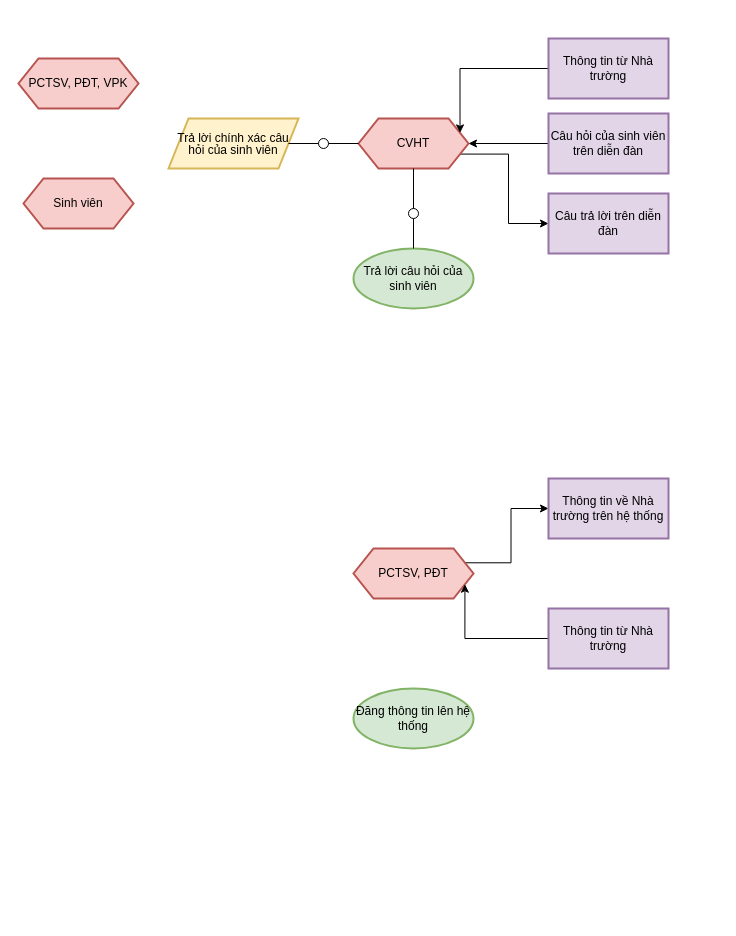
dwcsnh/dsa keeps this draw.io diagram as AgentDiagram.drawio. Above is the earlier version. Source tidied: cells renumbered, new cells numbered last; positions are measured from the earlier drawing's top-left corner, leaving out a move shared by most shapes. Both pictures are drawn from the tidied source at 100%, with x=0, y=0 at pixel (18, 38).
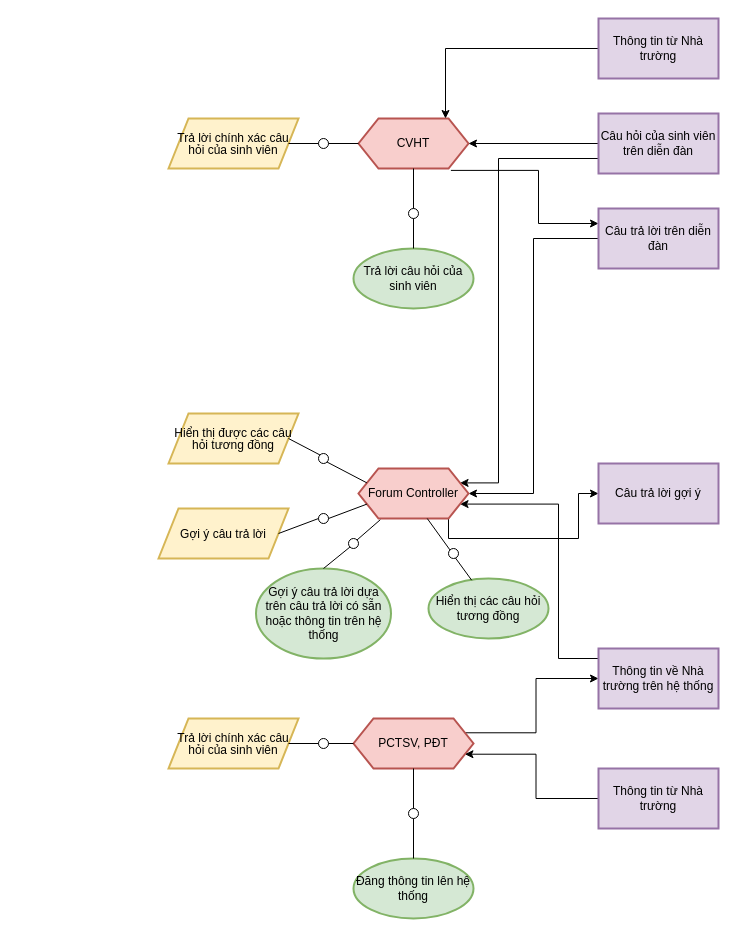
The same page after the edit.

Commit message:
Forum Controller

The change refers to these unchanged cells:
```xml
<mxCell id="4" value="CVHT" style="shape=hexagon;perimeter=hexagonPerimeter2;whiteSpace=wrap;html=1;fixedSize=1;fillColor=#f8cecc;strokeColor=#b85450;strokeWidth=2;" parent="1" vertex="1">
  <mxGeometry x="340" y="80" width="110" height="50" as="geometry" />
</mxCell>
```

Change to the diagram source:
```diff
@@
-    <mxCell id="2" value="Sinh viên" style="shape=hexagon;perimeter=hexagonPerimeter2;whiteSpace=wrap;html=1;fixedSize=1;fillColor=#f8cecc;strokeColor=#b85450;strokeWidth=2;" parent="1" vertex="1">
-      <mxGeometry x="5" y="140" width="110" height="50" as="geometry" />
-    </mxCell>
-    <mxCell id="3" style="edgeStyle=orthogonalEdgeStyle;rounded=0;jettySize=auto;html=1;entryX=0;entryY=0.5;entryDx=0;entryDy=0;exitX=1;exitY=0.75;exitDx=0;exitDy=0;" parent="1" edge="1" source="4" target="8">
-      <mxGeometry relative="1" as="geometry" />
+    <mxCell id="3" style="edgeStyle=orthogonalEdgeStyle;rounded=0;jettySize=auto;html=1;entryX=0;entryY=0.25;entryDx=0;entryDy=0;exitX=0.84;exitY=1.038;exitDx=0;exitDy=0;exitPerimeter=0;" parent="1" edge="1" source="4" target="8">
+      <mxGeometry relative="1" as="geometry">
+        <Array as="points">
+          <mxPoint x="520" y="132" />
+          <mxPoint x="520" y="185" />
+        </Array>
+      </mxGeometry>
     </mxCell>
@@
-    <mxCell id="5" value="PCTSV, PĐT, VPK" style="shape=hexagon;perimeter=hexagonPerimeter2;whiteSpace=wrap;html=1;fixedSize=1;fillColor=#f8cecc;strokeColor=#b85450;strokeWidth=2;" parent="1" vertex="1">
-      <mxGeometry y="20" width="120" height="50" as="geometry" />
-    </mxCell>
@@
+    <mxCell id="26" style="edgeStyle=orthogonalEdgeStyle;rounded=0;jettySize=auto;html=1;entryX=1;entryY=0.25;entryDx=0;entryDy=0;exitX=0;exitY=0.75;exitDx=0;exitDy=0;" parent="1" edge="1" source="7" target="37">
+      <mxGeometry relative="1" as="geometry">
+        <Array as="points">
+          <mxPoint x="480" y="120" />
+          <mxPoint x="480" y="444" />
+        </Array>
+      </mxGeometry>
+    </mxCell>
     <mxCell id="7" value="Câu hỏi của sinh viên trên diễn đàn" style="rounded=0;whiteSpace=wrap;html=1;fillColor=#e1d5e7;strokeColor=#9673a6;strokeWidth=2;" parent="1" vertex="1">
-      <mxGeometry x="530" y="75" width="120" height="60" as="geometry" />
+      <mxGeometry x="580" y="75" width="120" height="60" as="geometry" />
     </mxCell>
+    <mxCell id="27" style="edgeStyle=orthogonalEdgeStyle;rounded=0;jettySize=auto;html=1;entryX=1;entryY=0.5;entryDx=0;entryDy=0;" parent="1" edge="1" source="8" target="37">
+      <mxGeometry relative="1" as="geometry" />
+    </mxCell>
     <mxCell id="8" value="Câu trả lời trên diễn đàn" style="rounded=0;whiteSpace=wrap;html=1;fillColor=#e1d5e7;strokeColor=#9673a6;strokeWidth=2;" parent="1" vertex="1">
-      <mxGeometry x="530" y="155" width="120" height="60" as="geometry" />
+      <mxGeometry x="580" y="170" width="120" height="60" as="geometry" />
     </mxCell>
@@
-    <mxCell id="12" style="edgeStyle=orthogonalEdgeStyle;rounded=0;jettySize=auto;html=1;entryX=1;entryY=0.25;entryDx=0;entryDy=0;" parent="1" edge="1" source="13" target="4">
+    <mxCell id="12" style="edgeStyle=orthogonalEdgeStyle;rounded=0;jettySize=auto;html=1;entryX=0.791;entryY=0;entryDx=0;entryDy=0;entryPerimeter=0;" parent="1" edge="1" source="13" target="4">
       <mxGeometry relative="1" as="geometry" />
     </mxCell>
     <mxCell id="13" value="Thông tin từ Nhà trường" style="rounded=0;whiteSpace=wrap;html=1;fillColor=#e1d5e7;strokeColor=#9673a6;strokeWidth=2;" parent="1" vertex="1">
-      <mxGeometry x="530" width="120" height="60" as="geometry" />
+      <mxGeometry x="580" y="-20" width="120" height="60" as="geometry" />
     </mxCell>
@@
     <mxCell id="21" value="PCTSV, PĐT" style="shape=hexagon;perimeter=hexagonPerimeter2;whiteSpace=wrap;html=1;fixedSize=1;fillColor=#f8cecc;strokeColor=#b85450;strokeWidth=2;" parent="1" vertex="1">
-      <mxGeometry x="335" y="510" width="120" height="50" as="geometry" />
+      <mxGeometry x="335" y="680" width="120" height="50" as="geometry" />
     </mxCell>
@@
     <mxCell id="23" value="Thông tin từ Nhà trường" style="rounded=0;whiteSpace=wrap;html=1;fillColor=#e1d5e7;strokeColor=#9673a6;strokeWidth=2;" parent="1" vertex="1">
-      <mxGeometry x="530" y="570" width="120" height="60" as="geometry" />
+      <mxGeometry x="580" y="730" width="120" height="60" as="geometry" />
     </mxCell>
+    <mxCell id="28" style="edgeStyle=orthogonalEdgeStyle;rounded=0;jettySize=auto;html=1;entryX=1;entryY=0.75;entryDx=0;entryDy=0;" parent="1" edge="1" source="24" target="37">
+      <mxGeometry relative="1" as="geometry">
+        <Array as="points">
+          <mxPoint x="540" y="620" />
+          <mxPoint x="540" y="466" />
+        </Array>
+      </mxGeometry>
+    </mxCell>
     <mxCell id="24" value="Thông tin về Nhà trường trên hệ thống" style="rounded=0;whiteSpace=wrap;html=1;fillColor=#e1d5e7;strokeColor=#9673a6;strokeWidth=2;" parent="1" vertex="1">
-      <mxGeometry x="530" y="440" width="120" height="60" as="geometry" />
+      <mxGeometry x="580" y="610" width="120" height="60" as="geometry" />
     </mxCell>
     <mxCell id="25" value="Đăng thông tin lên hệ thống" style="ellipse;whiteSpace=wrap;html=1;fillColor=#d5e8d4;strokeColor=#82b366;strokeWidth=2;" parent="1" vertex="1">
-      <mxGeometry x="335" y="650" width="120" height="60" as="geometry" />
+      <mxGeometry x="335" y="820" width="120" height="60" as="geometry" />
     </mxCell>
+    <mxCell id="29" style="ellipse;whiteSpace=wrap;html=1;rotation=90;" parent="1" vertex="1">
+      <mxGeometry x="390" y="770" width="10" height="10" as="geometry" />
+    </mxCell>
+    <mxCell id="30" style="endArrow=none;html=1;rounded=0;entryX=0.5;entryY=1;entryDx=0;entryDy=0;exitX=0;exitY=0.5;exitDx=0;exitDy=0;" parent="1" edge="1" source="29" target="21">
+      <mxGeometry relative="1" as="geometry" />
+    </mxCell>
+    <mxCell id="31" style="endArrow=none;html=1;rounded=0;entryX=1;entryY=0.5;entryDx=0;entryDy=0;exitX=0.5;exitY=0;exitDx=0;exitDy=0;" parent="1" edge="1" source="25" target="29">
+      <mxGeometry relative="1" as="geometry" />
+    </mxCell>
+    <mxCell id="32" value="&lt;div style=&quot;line-height: 100%;&quot;&gt;Trả lời chính xác câu hỏi của sinh viên&lt;/div&gt;" style="shape=parallelogram;perimeter=parallelogramPerimeter;whiteSpace=wrap;html=1;fixedSize=1;fillColor=#fff2cc;strokeColor=#d6b656;strokeWidth=2;align=center;" parent="1" vertex="1">
+      <mxGeometry x="150" y="680" width="130" height="50" as="geometry" />
+    </mxCell>
+    <mxCell id="33" style="ellipse;whiteSpace=wrap;html=1;rotation=90;" parent="1" vertex="1">
+      <mxGeometry x="300" y="700" width="10" height="10" as="geometry" />
+    </mxCell>
+    <mxCell id="34" style="endArrow=none;html=1;rounded=0;exitX=1;exitY=0.5;exitDx=0;exitDy=0;entryX=0.5;entryY=1;entryDx=0;entryDy=0;" parent="1" edge="1" source="32" target="33">
+      <mxGeometry relative="1" as="geometry" />
+    </mxCell>
+    <mxCell id="35" style="endArrow=none;html=1;rounded=0;exitX=0.5;exitY=0;exitDx=0;exitDy=0;entryX=0;entryY=0.5;entryDx=0;entryDy=0;" parent="1" edge="1" source="33" target="21">
+      <mxGeometry relative="1" as="geometry" />
+    </mxCell>
+    <mxCell id="36" style="edgeStyle=orthogonalEdgeStyle;rounded=0;jettySize=auto;html=1;entryX=0;entryY=0.5;entryDx=0;entryDy=0;" parent="1" edge="1" source="37" target="38">
+      <mxGeometry relative="1" as="geometry">
+        <Array as="points">
+          <mxPoint x="430" y="500" />
+          <mxPoint x="560" y="500" />
+          <mxPoint x="560" y="455" />
+        </Array>
+      </mxGeometry>
+    </mxCell>
+    <mxCell id="37" value="Forum Controller" style="shape=hexagon;perimeter=hexagonPerimeter2;whiteSpace=wrap;html=1;fixedSize=1;fillColor=#f8cecc;strokeColor=#b85450;strokeWidth=2;" parent="1" vertex="1">
+      <mxGeometry x="340" y="430" width="110" height="50" as="geometry" />
+    </mxCell>
+    <mxCell id="38" value="Câu trả lời gợi ý" style="rounded=0;whiteSpace=wrap;html=1;fillColor=#e1d5e7;strokeColor=#9673a6;strokeWidth=2;" parent="1" vertex="1">
+      <mxGeometry x="580" y="425" width="120" height="60" as="geometry" />
+    </mxCell>
+    <mxCell id="39" value="Hiển thị các câu hỏi tương đồng" style="ellipse;whiteSpace=wrap;html=1;fillColor=#d5e8d4;strokeColor=#82b366;strokeWidth=2;" parent="1" vertex="1">
+      <mxGeometry x="410" y="540" width="120" height="60" as="geometry" />
+    </mxCell>
+    <mxCell id="40" value="Gợi ý câu trả lời dựa trên câu trả lời có sẵn hoặc thông tin trên hệ thống" style="ellipse;whiteSpace=wrap;html=1;fillColor=#d5e8d4;strokeColor=#82b366;strokeWidth=2;" parent="1" vertex="1">
+      <mxGeometry x="237.5" y="530" width="135" height="90" as="geometry" />
+    </mxCell>
+    <mxCell id="41" style="ellipse;whiteSpace=wrap;html=1;rotation=90;" parent="1" vertex="1">
+      <mxGeometry x="330" y="500" width="10" height="10" as="geometry" />
+    </mxCell>
+    <mxCell id="42" style="ellipse;whiteSpace=wrap;html=1;rotation=90;" parent="1" vertex="1">
+      <mxGeometry x="430" y="510" width="10" height="10" as="geometry" />
+    </mxCell>
+    <mxCell id="43" style="endArrow=none;html=1;rounded=0;entryX=0.625;entryY=1;entryDx=0;entryDy=0;exitX=0;exitY=1;exitDx=0;exitDy=0;" parent="1" edge="1" source="42" target="37">
+      <mxGeometry relative="1" as="geometry" />
+    </mxCell>
+    <mxCell id="44" style="endArrow=none;html=1;rounded=0;exitX=0.36;exitY=0.029;exitDx=0;exitDy=0;exitPerimeter=0;entryX=0.943;entryY=0.308;entryDx=0;entryDy=0;entryPerimeter=0;" parent="1" edge="1" source="39" target="42">
+      <mxGeometry relative="1" as="geometry" />
+    </mxCell>
+    <mxCell id="45" style="endArrow=none;html=1;rounded=0;entryX=0.198;entryY=1.025;entryDx=0;entryDy=0;entryPerimeter=0;exitX=0;exitY=0;exitDx=0;exitDy=0;" parent="1" edge="1" source="41" target="37">
+      <mxGeometry relative="1" as="geometry" />
+    </mxCell>
+    <mxCell id="46" style="endArrow=none;html=1;rounded=0;entryX=1;entryY=1;entryDx=0;entryDy=0;exitX=0.5;exitY=0;exitDx=0;exitDy=0;" parent="1" edge="1" source="40" target="41">
+      <mxGeometry relative="1" as="geometry" />
+    </mxCell>
+    <mxCell id="47" value="&lt;div style=&quot;line-height: 100%;&quot;&gt;Hiển thị được các câu hỏi tương đồng&lt;/div&gt;" style="shape=parallelogram;perimeter=parallelogramPerimeter;whiteSpace=wrap;html=1;fixedSize=1;fillColor=#fff2cc;strokeColor=#d6b656;strokeWidth=2;align=center;" parent="1" vertex="1">
+      <mxGeometry x="150" y="375" width="130" height="50" as="geometry" />
+    </mxCell>
+    <mxCell id="48" value="&lt;div style=&quot;line-height: 100%;&quot;&gt;Gợi ý câu trả lời&lt;/div&gt;" style="shape=parallelogram;perimeter=parallelogramPerimeter;whiteSpace=wrap;html=1;fixedSize=1;fillColor=#fff2cc;strokeColor=#d6b656;strokeWidth=2;align=center;" parent="1" vertex="1">
+      <mxGeometry x="140" y="470" width="130" height="50" as="geometry" />
+    </mxCell>
+    <mxCell id="49" style="ellipse;whiteSpace=wrap;html=1;rotation=90;" parent="1" vertex="1">
+      <mxGeometry x="300" y="475" width="10" height="10" as="geometry" />
+    </mxCell>
+    <mxCell id="50" style="ellipse;whiteSpace=wrap;html=1;rotation=90;" parent="1" vertex="1">
+      <mxGeometry x="300" y="415" width="10" height="10" as="geometry" />
+    </mxCell>
+    <mxCell id="51" style="endArrow=none;html=1;rounded=0;entryX=0;entryY=0.75;entryDx=0;entryDy=0;exitX=0.5;exitY=0;exitDx=0;exitDy=0;" parent="1" edge="1" source="49" target="37">
+      <mxGeometry relative="1" as="geometry" />
+    </mxCell>
+    <mxCell id="52" style="endArrow=none;html=1;rounded=0;entryX=0.5;entryY=1;entryDx=0;entryDy=0;exitX=1;exitY=0.5;exitDx=0;exitDy=0;" parent="1" edge="1" source="48" target="49">
+      <mxGeometry relative="1" as="geometry" />
+    </mxCell>
+    <mxCell id="53" style="endArrow=none;html=1;rounded=0;entryX=0;entryY=0.25;entryDx=0;entryDy=0;exitX=1;exitY=0;exitDx=0;exitDy=0;" parent="1" edge="1" source="50" target="37">
+      <mxGeometry relative="1" as="geometry" />
+    </mxCell>
+    <mxCell id="54" style="endArrow=none;html=1;rounded=0;entryX=0;entryY=1;entryDx=0;entryDy=0;exitX=1;exitY=0.5;exitDx=0;exitDy=0;" parent="1" edge="1" source="47" target="50">
+      <mxGeometry relative="1" as="geometry" />
+    </mxCell>
```
